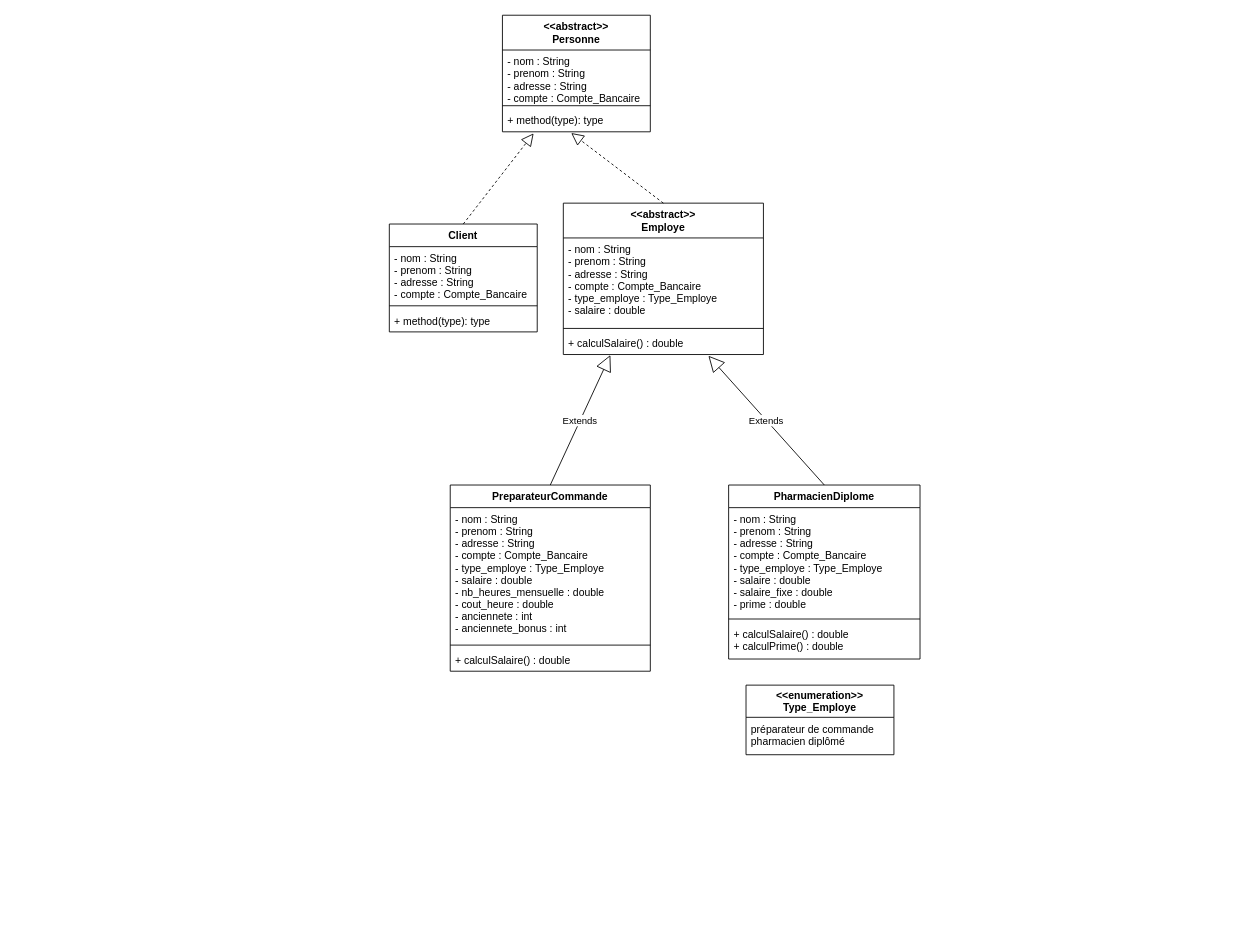
This is src/diagrams/Personne.drawio from uapv1705019/Projet-Design-Pattern-Avance, a draw.io file, before an edit. Source tidied: cells renumbered, new cells numbered last; positions are measured from the earlier drawing's top-left corner, leaving out a move shared by most shapes. Both pictures are drawn from the tidied source at 87%, with x=0, y=0 at pixel (389, 15).
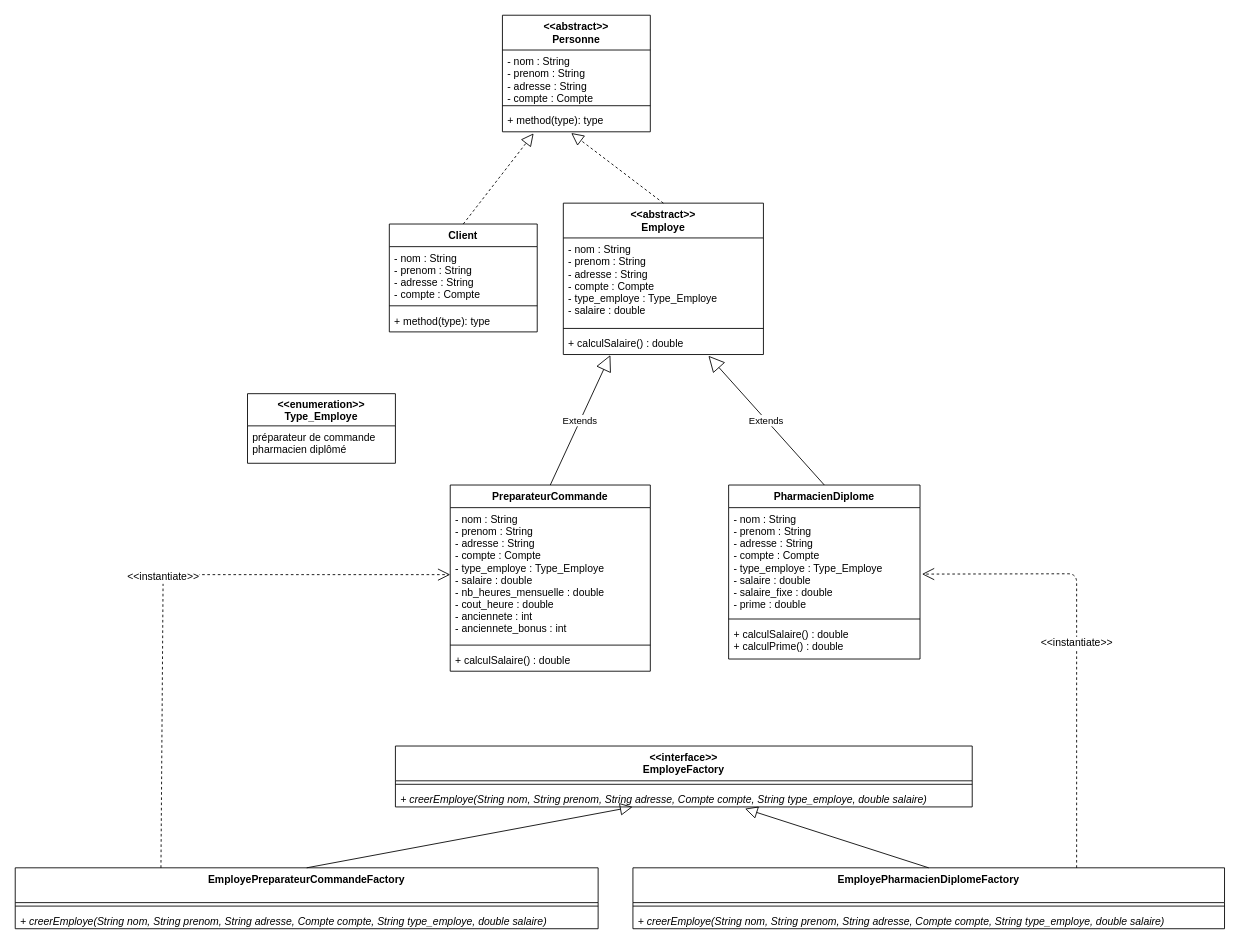
The same page after the edit.

Commit message (it also covers changes not shown here):
added Factory Method template for Employe

Unchanged cells that the change refers to:
```xml
<mxCell id="2" value="&lt;&lt;abstract&gt;&gt;&#10;Personne" style="swimlane;fontStyle=1;align=center;verticalAlign=top;horizontal=1;startSize=40;" parent="1" vertex="1">
  <mxGeometry x="130" width="170" height="134" as="geometry" />
</mxCell>
<mxCell id="6" value="&lt;&lt;abstract&gt;&gt;&#10;Employe" style="swimlane;fontStyle=1;align=center;verticalAlign=top;horizontal=1;startSize=40;" parent="1" vertex="1">
  <mxGeometry x="200" y="216" width="230" height="174" as="geometry" />
</mxCell>
<mxCell id="10" value="PharmacienDiplome" style="swimlane;fontStyle=1;align=center;verticalAlign=top;horizontal=1;startSize=26;" parent="1" vertex="1">
  <mxGeometry x="390" y="540" width="220" height="200" as="geometry" />
</mxCell>
<mxCell id="14" value="PreparateurCommande" style="swimlane;fontStyle=1;align=center;verticalAlign=top;horizontal=1;startSize=26;" parent="1" vertex="1">
  <mxGeometry x="70" y="540" width="230" height="214" as="geometry" />
</mxCell>
<mxCell id="23" value="Client" style="swimlane;fontStyle=1;align=center;verticalAlign=top;horizontal=1;startSize=26;" parent="1" vertex="1">
  <mxGeometry y="240" width="170" height="124" as="geometry" />
</mxCell>
```

The edit, as a diff of the source:
```diff
@@
-    <mxCell id="3" value="- nom : String&#10;- prenom : String&#10;- adresse : String&#10;- compte : Compte_Bancaire&#10;" style="text;strokeColor=none;fillColor=none;align=left;verticalAlign=top;spacingLeft=4;spacingRight=4;overflow=hidden;" parent="2" vertex="1">
+    <mxCell id="3" value="- nom : String&#10;- prenom : String&#10;- adresse : String&#10;- compte : Compte&#10;" style="text;strokeColor=none;fillColor=none;align=left;verticalAlign=top;spacingLeft=4;spacingRight=4;overflow=hidden;" parent="2" vertex="1">
       <mxGeometry y="40" width="170" height="60" as="geometry" />
     </mxCell>
@@
-    <mxCell id="7" value="- nom : String&#10;- prenom : String&#10;- adresse : String&#10;- compte : Compte_Bancaire&#10;- type_employe : Type_Employe&#10;- salaire : double" style="text;strokeColor=none;fillColor=none;align=left;verticalAlign=top;spacingLeft=4;spacingRight=4;overflow=hidden;" parent="6" vertex="1">
+    <mxCell id="7" value="- nom : String&#10;- prenom : String&#10;- adresse : String&#10;- compte : Compte&#10;- type_employe : Type_Employe&#10;- salaire : double" style="text;strokeColor=none;fillColor=none;align=left;verticalAlign=top;spacingLeft=4;spacingRight=4;overflow=hidden;" parent="6" vertex="1">
       <mxGeometry y="40" width="230" height="100" as="geometry" />
     </mxCell>
@@
-    <mxCell id="11" value="- nom : String&#10;- prenom : String&#10;- adresse : String&#10;- compte : Compte_Bancaire&#10;- type_employe : Type_Employe&#10;- salaire : double&#10;- salaire_fixe : double&#10;- prime : double" style="text;strokeColor=none;fillColor=none;align=left;verticalAlign=top;spacingLeft=4;spacingRight=4;overflow=hidden;points=[[0,0.5],[1,0.5]];portConstraint=eastwest;" parent="10" vertex="1">
+    <mxCell id="11" value="- nom : String&#10;- prenom : String&#10;- adresse : String&#10;- compte : Compte&#10;- type_employe : Type_Employe&#10;- salaire : double&#10;- salaire_fixe : double&#10;- prime : double" style="text;strokeColor=none;fillColor=none;align=left;verticalAlign=top;spacingLeft=4;spacingRight=4;overflow=hidden;points=[[0,0.5],[1,0.5]];portConstraint=eastwest;" parent="10" vertex="1">
       <mxGeometry y="26" width="220" height="124" as="geometry" />
     </mxCell>
@@
-    <mxCell id="15" value="- nom : String&#10;- prenom : String&#10;- adresse : String&#10;- compte : Compte_Bancaire&#10;- type_employe : Type_Employe&#10;- salaire : double&#10;- nb_heures_mensuelle : double&#10;- cout_heure : double&#10;- anciennete : int&#10;- anciennete_bonus : int" style="text;strokeColor=none;fillColor=none;align=left;verticalAlign=top;spacingLeft=4;spacingRight=4;overflow=hidden;points=[[0,0.5],[1,0.5]];portConstraint=eastwest;" parent="14" vertex="1">
+    <mxCell id="15" value="- nom : String&#10;- prenom : String&#10;- adresse : String&#10;- compte : Compte&#10;- type_employe : Type_Employe&#10;- salaire : double&#10;- nb_heures_mensuelle : double&#10;- cout_heure : double&#10;- anciennete : int&#10;- anciennete_bonus : int" style="text;strokeColor=none;fillColor=none;align=left;verticalAlign=top;spacingLeft=4;spacingRight=4;overflow=hidden;points=[[0,0.5],[1,0.5]];portConstraint=eastwest;" parent="14" vertex="1">
       <mxGeometry y="26" width="230" height="154" as="geometry" />
     </mxCell>
@@
     <mxCell id="21" value="&lt;&lt;enumeration&gt;&gt;&#10;Type_Employe" style="swimlane;fontStyle=1;horizontal=1;startSize=37;fillColor=none;" parent="1" vertex="1">
-      <mxGeometry x="410" y="770" width="170" height="80" as="geometry" />
+      <mxGeometry x="-163" y="435" width="170" height="80" as="geometry" />
     </mxCell>
@@
-    <mxCell id="24" value="- nom : String&#10;- prenom : String&#10;- adresse : String&#10;- compte : Compte_Bancaire&#10;" style="text;strokeColor=none;fillColor=none;align=left;verticalAlign=top;spacingLeft=4;spacingRight=4;overflow=hidden;" parent="23" vertex="1">
+    <mxCell id="24" value="- nom : String&#10;- prenom : String&#10;- adresse : String&#10;- compte : Compte" style="text;strokeColor=none;fillColor=none;align=left;verticalAlign=top;spacingLeft=4;spacingRight=4;overflow=hidden;" parent="23" vertex="1">
       <mxGeometry y="26" width="170" height="64" as="geometry" />
     </mxCell>
@@
+    <mxCell id="28" value="&lt;&lt;interface&gt;&gt;&#10;EmployeFactory" style="swimlane;fontStyle=1;align=center;verticalAlign=top;horizontal=1;startSize=40;fontSize=12;" parent="1" vertex="1">
+      <mxGeometry x="7" y="840" width="663" height="70" as="geometry" />
+    </mxCell>
+    <mxCell id="29" style="line;strokeWidth=1;fillColor=none;align=left;verticalAlign=middle;spacingTop=-1;spacingLeft=3;spacingRight=3;labelPosition=right;" parent="28" vertex="1">
+      <mxGeometry y="40" width="663" height="8" as="geometry" />
+    </mxCell>
+    <mxCell id="30" value="+ creerEmploye(String nom, String prenom, String adresse, Compte compte, String type_employe, double salaire)" style="text;strokeColor=none;fillColor=none;align=left;verticalAlign=top;spacingLeft=4;spacingRight=4;overflow=hidden;points=[[0,0.5],[1,0.5]];portConstraint=eastwest;fontStyle=2;" parent="28" vertex="1">
+      <mxGeometry y="48" width="663" height="22" as="geometry" />
+    </mxCell>
+    <mxCell id="31" value="EmployePreparateurCommandeFactory" style="swimlane;fontStyle=1;align=center;verticalAlign=top;horizontal=1;startSize=40;fontSize=12;" parent="1" vertex="1">
+      <mxGeometry x="-430" y="980" width="670" height="70" as="geometry" />
+    </mxCell>
+    <mxCell id="32" style="line;strokeWidth=1;fillColor=none;align=left;verticalAlign=middle;spacingTop=-1;spacingLeft=3;spacingRight=3;labelPosition=right;" parent="31" vertex="1">
+      <mxGeometry y="40" width="670" height="8" as="geometry" />
+    </mxCell>
+    <mxCell id="33" value="+ creerEmploye(String nom, String prenom, String adresse, Compte compte, String type_employe, double salaire)" style="text;strokeColor=none;fillColor=none;align=left;verticalAlign=top;spacingLeft=4;spacingRight=4;overflow=hidden;fontStyle=2;" parent="31" vertex="1">
+      <mxGeometry y="48" width="670" height="22" as="geometry" />
+    </mxCell>
+    <mxCell id="34" value="EmployePharmacienDiplomeFactory" style="swimlane;fontStyle=1;align=center;verticalAlign=top;horizontal=1;startSize=40;fontSize=12;" parent="1" vertex="1">
+      <mxGeometry x="280" y="980" width="680" height="70" as="geometry" />
+    </mxCell>
+    <mxCell id="35" style="line;strokeWidth=1;fillColor=none;align=left;verticalAlign=middle;spacingTop=-1;spacingLeft=3;spacingRight=3;labelPosition=right;" parent="34" vertex="1">
+      <mxGeometry y="40" width="680" height="8" as="geometry" />
+    </mxCell>
+    <mxCell id="36" value="+ creerEmploye(String nom, String prenom, String adresse, Compte compte, String type_employe, double salaire)" style="text;strokeColor=none;fillColor=none;align=left;verticalAlign=top;spacingLeft=4;spacingRight=4;overflow=hidden;fontStyle=2;" parent="34" vertex="1">
+      <mxGeometry y="48" width="680" height="22" as="geometry" />
+    </mxCell>
+    <mxCell id="37" style="endArrow=block;endFill=0;endSize=12;html=1;fontSize=12;exitX=0.5;exitY=0;exitDx=0;exitDy=0;" parent="1" edge="1" source="31" target="30">
+      <mxGeometry relative="1" as="geometry" />
+    </mxCell>
+    <mxCell id="38" style="endArrow=block;endFill=0;endSize=12;html=1;fontSize=12;exitX=0.5;exitY=0;exitDx=0;exitDy=0;entryX=0.606;entryY=1.091;entryDx=0;entryDy=0;entryPerimeter=0;" parent="1" edge="1" source="34" target="30">
+      <mxGeometry relative="1" as="geometry" />
+    </mxCell>
+    <mxCell id="39" value="&amp;lt;&amp;lt;instantiate&amp;gt;&amp;gt;" style="endArrow=open;endSize=12;dashed=1;html=1;fontSize=12;exitX=0.25;exitY=0;exitDx=0;exitDy=0;entryX=0;entryY=0.5;entryDx=0;entryDy=0;" parent="1" edge="1" source="31" target="15">
+      <mxGeometry relative="1" as="geometry">
+        <Array as="points">
+          <mxPoint x="-260" y="643" />
+        </Array>
+      </mxGeometry>
+    </mxCell>
+    <mxCell id="40" value="&amp;lt;&amp;lt;instantiate&amp;gt;&amp;gt;" style="endArrow=open;endSize=12;dashed=1;html=1;fontSize=12;exitX=0.75;exitY=0;exitDx=0;exitDy=0;entryX=1.01;entryY=0.616;entryDx=0;entryDy=0;entryPerimeter=0;" parent="1" edge="1" source="34" target="11">
+      <mxGeometry relative="1" as="geometry">
+        <Array as="points">
+          <mxPoint x="790" y="642" />
+        </Array>
+      </mxGeometry>
+    </mxCell>
```
